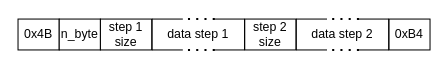
Earlier version of the draw.io diagram xstep_data_orga.drawio (AurelieSa/draw_io). Source tidied: cells renumbered, new cells numbered last; positions are measured from the earlier drawing's top-left corner, leaving out a move shared by most shapes. Both pictures are drawn from the tidied source at 103%, with x=0, y=0 at pixel (18, 19).
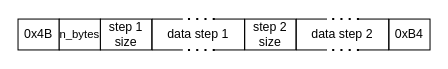
The same diagram, later.

Diff of the diagram source:
```diff
@@
-    <mxCell id="3" value="n_byte" style="rounded=0;whiteSpace=wrap;html=1;" parent="1" vertex="1">
+    <mxCell id="3" value="&lt;font style=&quot;font-size: 11px;&quot;&gt;n_bytes&lt;/font&gt;" style="rounded=0;whiteSpace=wrap;html=1;" parent="1" vertex="1">
       <mxGeometry x="40" width="40" height="30" as="geometry" />
     </mxCell>
```
